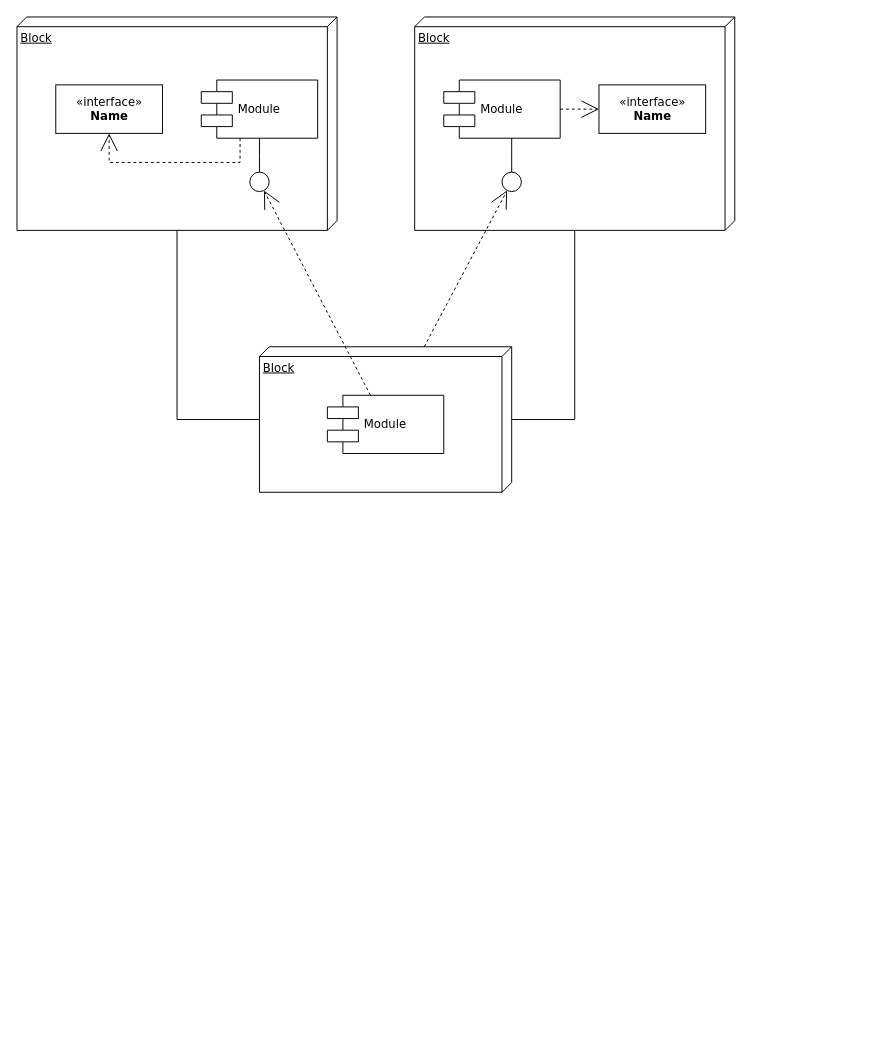
Before: page "Page-1" (1 of 2) of autopark.drawio in carlosvalderrama1204/diagrams, a draw.io diagram. Source tidied: cells renumbered, new cells numbered last; positions are measured from the earlier drawing's top-left corner, leaving out a move shared by most shapes. Both pictures are drawn from the tidied source at 97%, with x=0, y=0 at pixel (16, 16).
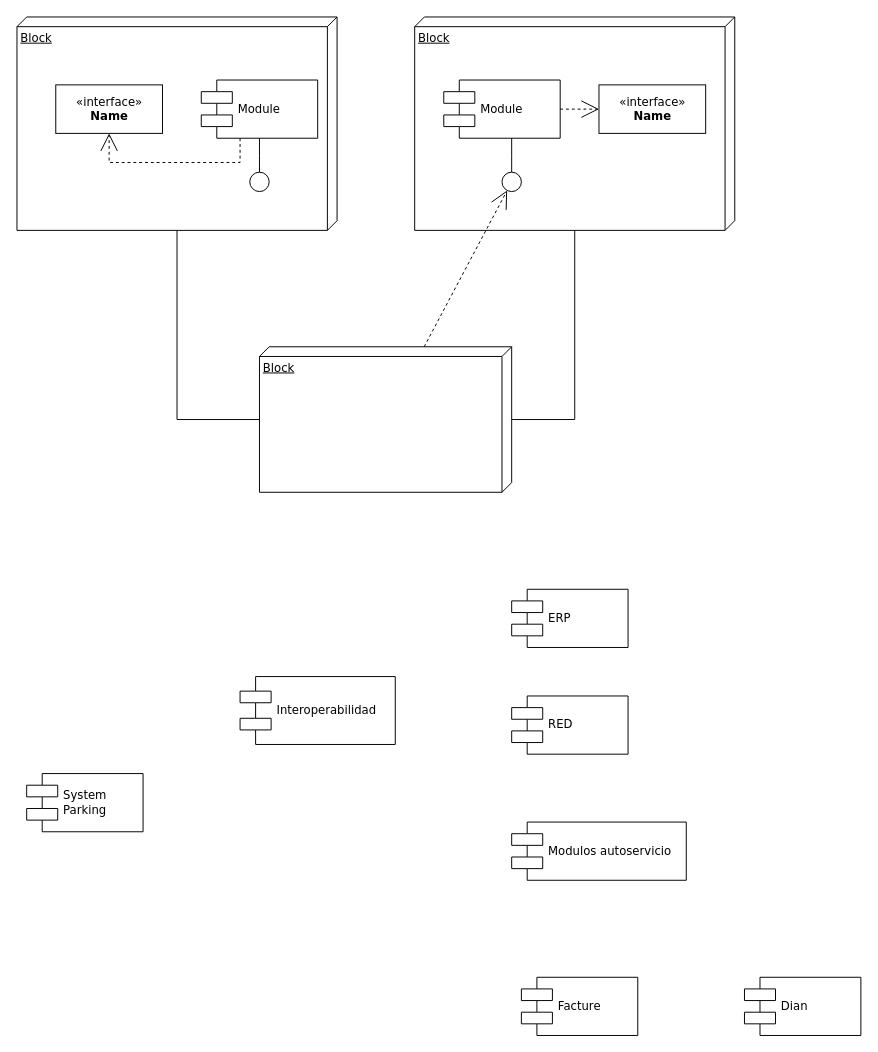
The same diagram, later.

The change refers to these unchanged cells:
```xml
<mxCell id="7" style="ellipse;whiteSpace=wrap;html=1;rounded=0;shadow=0;comic=0;labelBackgroundColor=none;strokeWidth=1;fontFamily=Verdana;fontSize=12;align=center;" parent="1" vertex="1">
  <mxGeometry x="240" y="160" width="20" height="20" as="geometry" />
</mxCell>
```

The edit, as a diff of the source:
```diff
@@
-    <mxCell id="11" value="Module" style="shape=component;align=left;spacingLeft=36;rounded=0;shadow=0;comic=0;labelBackgroundColor=none;strokeWidth=1;fontFamily=Verdana;fontSize=12;html=1;" parent="1" vertex="1">
-      <mxGeometry x="320" y="390" width="120" height="60" as="geometry" />
-    </mxCell>
-    <mxCell id="12" style="edgeStyle=none;rounded=0;html=1;dashed=1;labelBackgroundColor=none;startArrow=none;startFill=0;startSize=8;endArrow=open;endFill=0;endSize=16;fontFamily=Verdana;fontSize=12;" parent="1" edge="1" source="11" target="7">
-      <mxGeometry relative="1" as="geometry" />
-    </mxCell>
@@
+    <mxCell id="20" value="System&amp;nbsp;&lt;div&gt;Parking&lt;/div&gt;" style="shape=component;align=left;spacingLeft=36;rounded=0;shadow=0;comic=0;labelBackgroundColor=none;strokeWidth=1;fontFamily=Verdana;fontSize=12;html=1;" parent="1" vertex="1">
+      <mxGeometry x="10" y="780" width="120" height="60" as="geometry" />
+    </mxCell>
+    <mxCell id="21" value="Interoperabilidad" style="shape=component;align=left;spacingLeft=36;rounded=0;shadow=0;comic=0;labelBackgroundColor=none;strokeWidth=1;fontFamily=Verdana;fontSize=12;html=1;" parent="1" vertex="1">
+      <mxGeometry x="230" y="680" width="160" height="70" as="geometry" />
+    </mxCell>
+    <mxCell id="22" value="RED" style="shape=component;align=left;spacingLeft=36;rounded=0;shadow=0;comic=0;labelBackgroundColor=none;strokeWidth=1;fontFamily=Verdana;fontSize=12;html=1;" parent="1" vertex="1">
+      <mxGeometry x="510" y="700" width="120" height="60" as="geometry" />
+    </mxCell>
+    <mxCell id="23" value="ERP" style="shape=component;align=left;spacingLeft=36;rounded=0;shadow=0;comic=0;labelBackgroundColor=none;strokeWidth=1;fontFamily=Verdana;fontSize=12;html=1;" parent="1" vertex="1">
+      <mxGeometry x="510" y="590" width="120" height="60" as="geometry" />
+    </mxCell>
+    <mxCell id="24" value="Modulos autoservicio" style="shape=component;align=left;spacingLeft=36;rounded=0;shadow=0;comic=0;labelBackgroundColor=none;strokeWidth=1;fontFamily=Verdana;fontSize=12;html=1;" parent="1" vertex="1">
+      <mxGeometry x="510" y="830" width="180" height="60" as="geometry" />
+    </mxCell>
+    <mxCell id="25" value="Facture" style="shape=component;align=left;spacingLeft=36;rounded=0;shadow=0;comic=0;labelBackgroundColor=none;strokeWidth=1;fontFamily=Verdana;fontSize=12;html=1;" parent="1" vertex="1">
+      <mxGeometry x="520" y="990" width="120" height="60" as="geometry" />
+    </mxCell>
+    <mxCell id="26" value="Dian" style="shape=component;align=left;spacingLeft=36;rounded=0;shadow=0;comic=0;labelBackgroundColor=none;strokeWidth=1;fontFamily=Verdana;fontSize=12;html=1;" parent="1" vertex="1">
+      <mxGeometry x="750" y="990" width="120" height="60" as="geometry" />
+    </mxCell>
```
